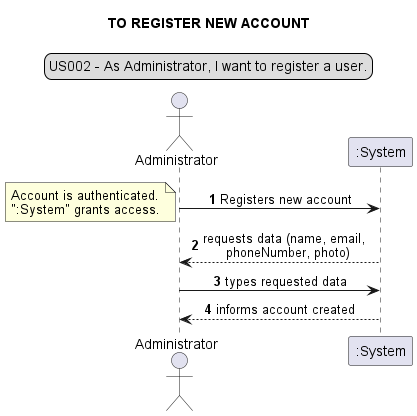
Above: docs/requirements_gathering/system_sequence_diagrams/sprint01/SSD_US002.png in Loracline/project_switch_22-23 (PlantUML), before the change.
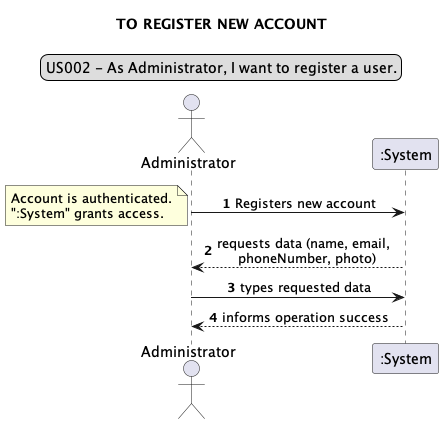
Later version of the same file.

Commit message:
No US number: Design: SSD's | Update System Sequence Diagram and png files according to new version

What changed in the source:
```diff
@@ -13,5 +13,5 @@
 end note
 Administrator <-- ":System": requests data (name, email, \n phoneNumber, photo)
 Administrator  -> ":System": types requested data
-":System" --> Administrator: informs account created
+":System" --> Administrator: informs operation success
 @enduml
```
